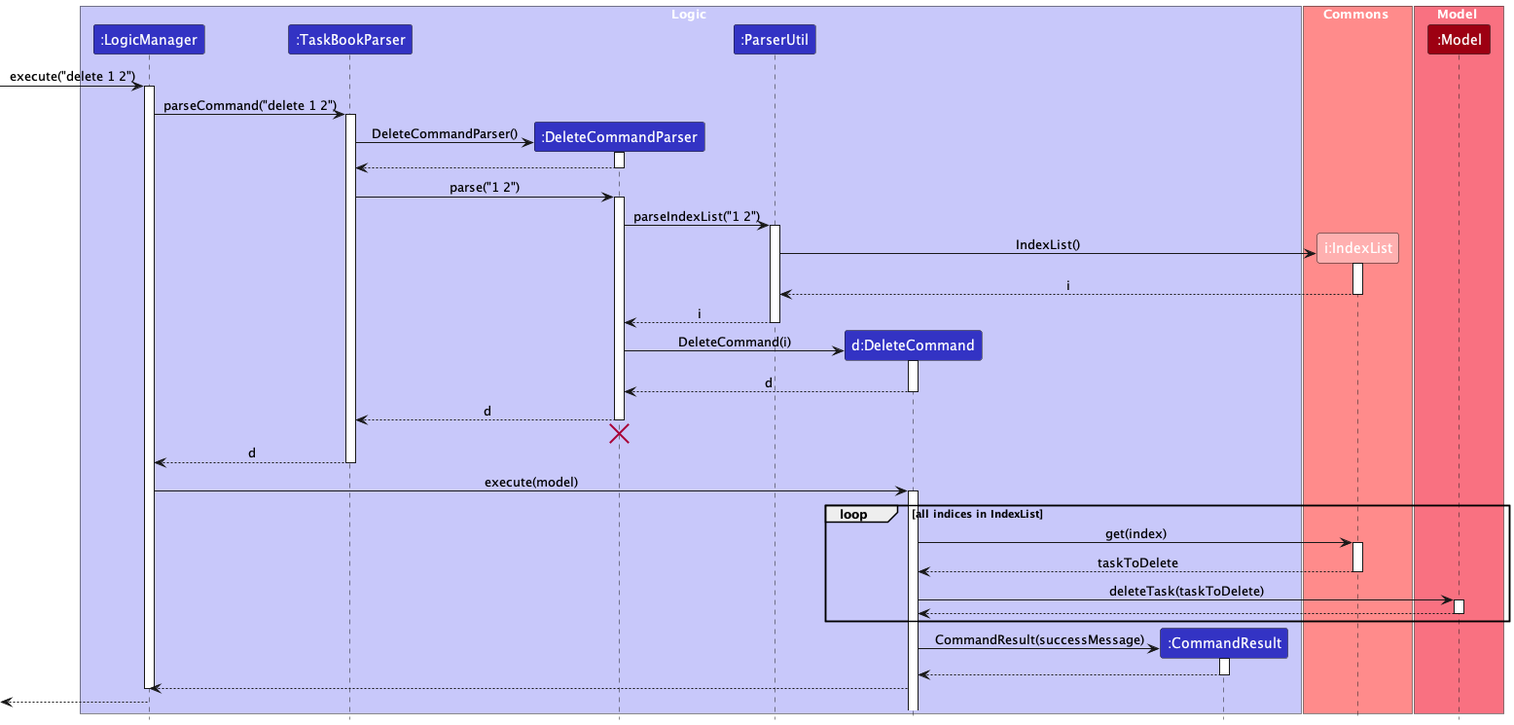
nus-cs2103-AY2223S2/tp keeps this PlantUML diagram as docs/images/DeleteCommandSequenceDiagram.png. Above is the earlier version.
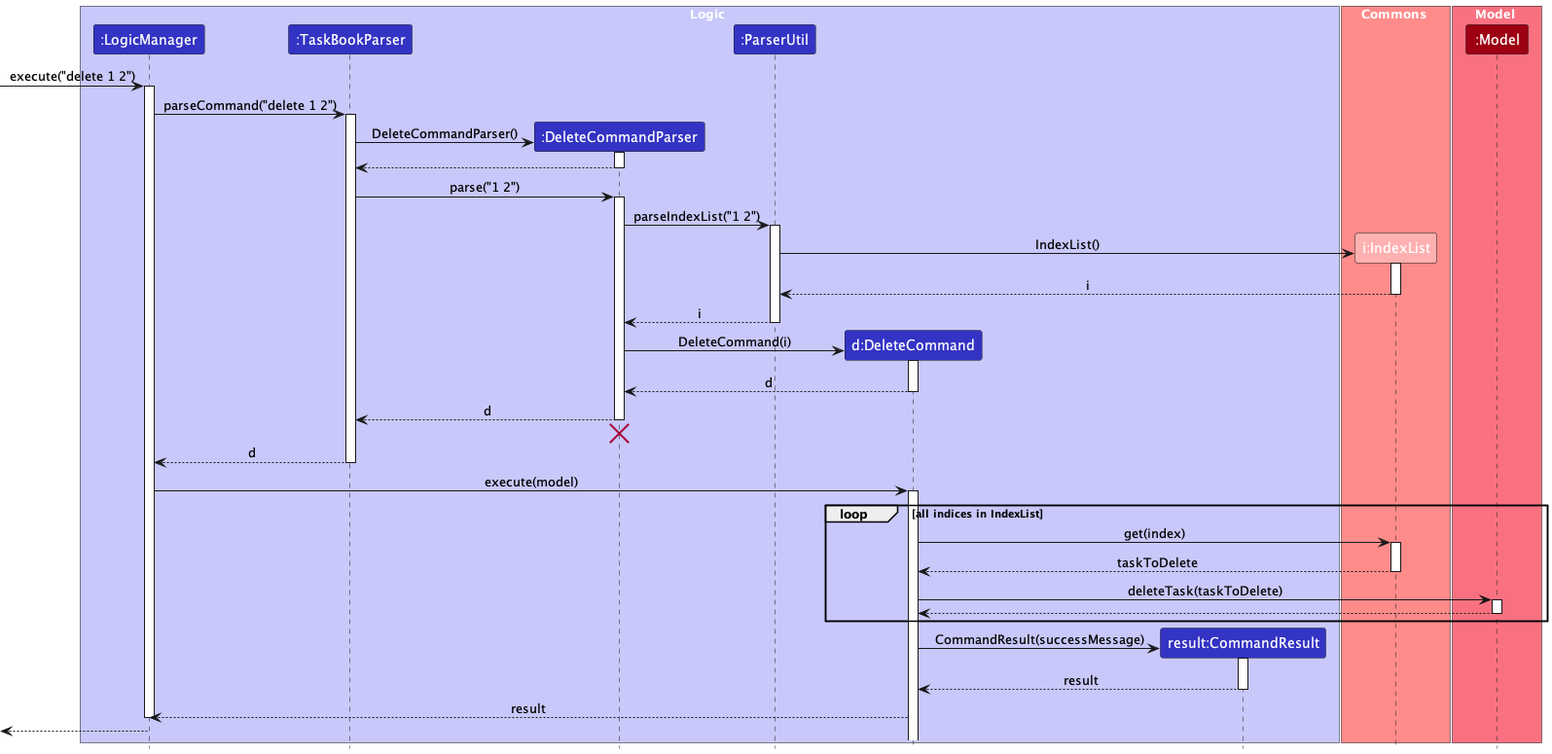
After the commit.

Commit message:
Add details for return result of DeleteCommand

Diff of the diagram source:
```diff
@@ -7,7 +7,7 @@
 participant ":DeleteCommandParser" as DeleteCommandParser LOGIC_COLOR
 participant ":ParserUtil" as ParserUtil LOGIC_COLOR
 participant "d:DeleteCommand" as DeleteCommand LOGIC_COLOR
-participant ":CommandResult" as CommandResult LOGIC_COLOR
+participant "result:CommandResult" as CommandResult LOGIC_COLOR
 end box
 
 box Commons COMMONS_COLOR_T1
@@ -85,10 +85,10 @@
 DeleteCommand -> CommandResult : CommandResult(successMessage)
 activate CommandResult
 
-CommandResult --> DeleteCommand
+CommandResult --> DeleteCommand : result
 deactivate CommandResult
 
-DeleteCommand --> LogicManager
+DeleteCommand --> LogicManager : result
 deactivate LogicManager
 
 [<--LogicManager
```
